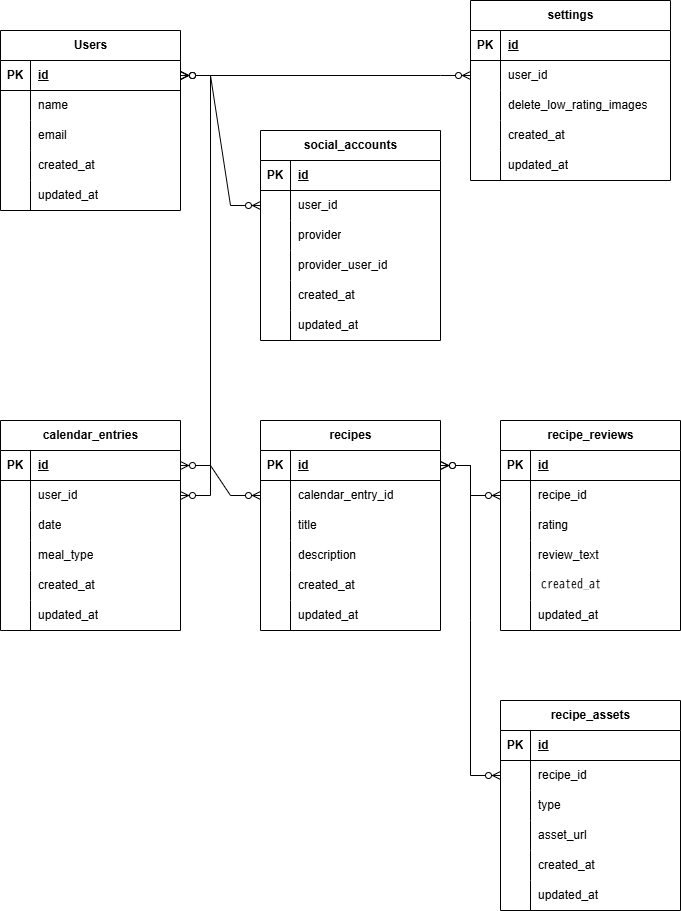
Above: docs/er-diagrams/レシピレビューアプリ_ER図.drawio.png in tomomaru034/recipe_review_app (draw.io), before the change. Source tidied: cells renumbered, new cells last; positions are measured from the earlier drawing's top-left corner, leaving out a move shared by most shapes.
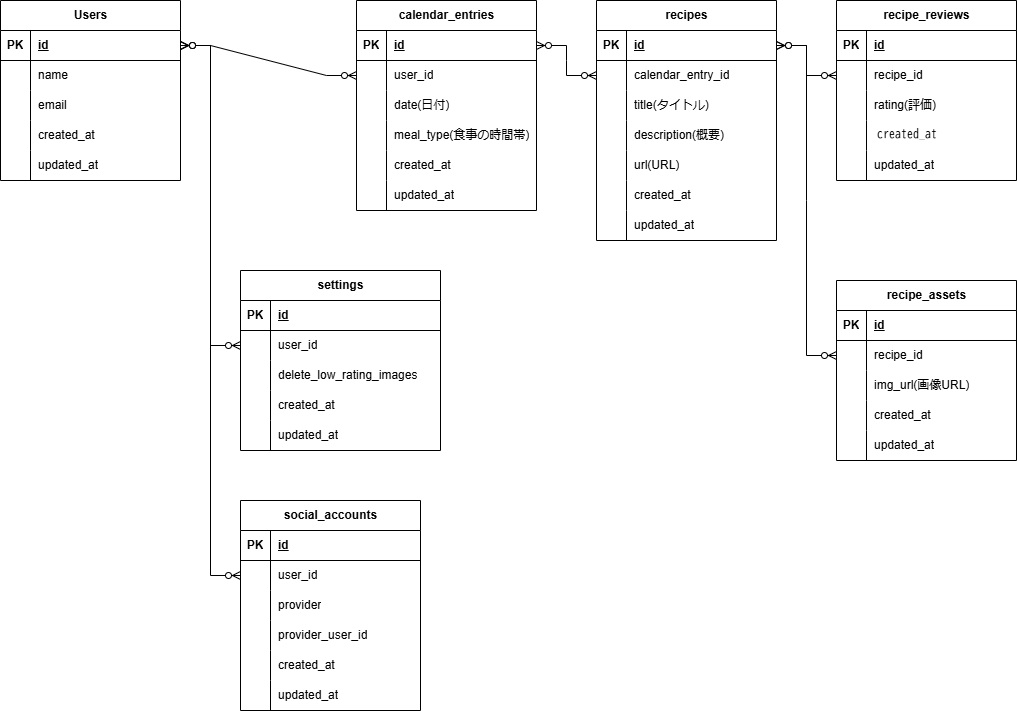
The same file after the commit.

Commit message:
レシピレビューアプリ_ER図.drawio.png を追加しました。

What changed in the source:
```diff
@@ -51,7 +51,7 @@
       <mxGeometry x="30" width="150" height="30" as="geometry" />
     </mxCell>
     <mxCell id="18" value="social_accounts" style="shape=table;startSize=30;rowLines=0;fontStyle=1;align=center;html=1;" parent="1" vertex="1">
-      <mxGeometry x="260" y="130" width="180" height="210" as="geometry" />
+      <mxGeometry x="240" y="530" width="180" height="210" as="geometry" />
     </mxCell>
     <mxCell id="19" style="shape=tableRow;horizontal=0;startSize=0;swimlaneHead=0;swimlaneBody=0;fillColor=none;top=0;left=0;right=0;bottom=1;" parent="18" vertex="1">
       <mxGeometry y="30" width="180" height="30" as="geometry" />
@@ -108,7 +108,7 @@
       <mxGeometry x="30" width="150" height="30" as="geometry" />
     </mxCell>
     <mxCell id="37" value="calendar_entries" style="shape=table;startSize=30;rowLines=0;fontStyle=1;align=center;html=1;" parent="1" vertex="1">
-      <mxGeometry y="420" width="180" height="210" as="geometry" />
+      <mxGeometry x="356" y="30" width="180" height="210" as="geometry" />
     </mxCell>
     <mxCell id="38" style="shape=tableRow;horizontal=0;startSize=0;swimlaneHead=0;swimlaneBody=0;fillColor=none;points=[[0,0.5],[1,0.5]];portConstraint=eastwest;top=0;left=0;right=0;bottom=1;" parent="37" vertex="1">
       <mxGeometry y="30" width="180" height="30" as="geometry" />
@@ -134,7 +134,7 @@
     <mxCell id="45" style="shape=partialRectangle;fillColor=none;top=0;left=0;bottom=0;right=0;overflow=hidden;whiteSpace=wrap;html=1;" parent="44" vertex="1">
       <mxGeometry width="30" height="30" as="geometry" />
     </mxCell>
-    <mxCell id="46" value="date" style="shape=partialRectangle;fillColor=none;top=0;left=0;bottom=0;right=0;align=left;spacingLeft=6;overflow=hidden;whiteSpace=wrap;html=1;" parent="44" vertex="1">
+    <mxCell id="46" value="date(日付)" style="shape=partialRectangle;fillColor=none;top=0;left=0;bottom=0;right=0;align=left;spacingLeft=6;overflow=hidden;whiteSpace=wrap;html=1;" parent="44" vertex="1">
       <mxGeometry x="30" width="150" height="30" as="geometry" />
     </mxCell>
     <mxCell id="47" style="shape=tableRow;horizontal=0;startSize=0;swimlaneHead=0;swimlaneBody=0;fillColor=none;top=0;left=0;right=0;bottom=0;" parent="37" vertex="1">
@@ -143,7 +143,7 @@
     <mxCell id="48" style="shape=partialRectangle;fillColor=none;top=0;left=0;bottom=0;right=0;overflow=hidden;whiteSpace=wrap;html=1;" parent="47" vertex="1">
       <mxGeometry width="30" height="30" as="geometry" />
     </mxCell>
-    <mxCell id="49" value="meal_type" style="shape=partialRectangle;fillColor=none;top=0;left=0;bottom=0;right=0;align=left;spacingLeft=6;overflow=hidden;whiteSpace=wrap;html=1;" parent="47" vertex="1">
+    <mxCell id="49" value="meal_type(食事の時間帯)" style="shape=partialRectangle;fillColor=none;top=0;left=0;bottom=0;right=0;align=left;spacingLeft=6;overflow=hidden;whiteSpace=wrap;html=1;" parent="47" vertex="1">
       <mxGeometry x="30" width="150" height="30" as="geometry" />
     </mxCell>
     <mxCell id="50" style="shape=tableRow;horizontal=0;startSize=0;swimlaneHead=0;swimlaneBody=0;fillColor=none;top=0;left=0;right=0;bottom=0;" parent="37" vertex="1">
@@ -165,7 +165,7 @@
       <mxGeometry x="30" width="150" height="30" as="geometry" />
     </mxCell>
     <mxCell id="56" value="recipes" style="shape=table;startSize=30;rowLines=0;fontStyle=1;align=center;html=1;" parent="1" vertex="1">
-      <mxGeometry x="260" y="420" width="180" height="210" as="geometry" />
+      <mxGeometry x="596" y="30" width="180" height="240" as="geometry" />
     </mxCell>
     <mxCell id="57" style="shape=tableRow;horizontal=0;startSize=0;swimlaneHead=0;swimlaneBody=0;fillColor=none;points=[[0,0.5],[1,0.5]];portConstraint=eastwest;top=0;left=0;right=0;bottom=1;" parent="56" vertex="1">
       <mxGeometry y="30" width="180" height="30" as="geometry" />
@@ -191,7 +191,7 @@
     <mxCell id="64" style="shape=partialRectangle;fillColor=none;top=0;left=0;bottom=0;right=0;overflow=hidden;whiteSpace=wrap;html=1;" parent="63" vertex="1">
       <mxGeometry width="30" height="30" as="geometry" />
     </mxCell>
-    <mxCell id="65" value="title" style="shape=partialRectangle;fillColor=none;top=0;left=0;bottom=0;right=0;align=left;spacingLeft=6;overflow=hidden;whiteSpace=wrap;html=1;" parent="63" vertex="1">
+    <mxCell id="65" value="title(タイトル)" style="shape=partialRectangle;fillColor=none;top=0;left=0;bottom=0;right=0;align=left;spacingLeft=6;overflow=hidden;whiteSpace=wrap;html=1;" parent="63" vertex="1">
       <mxGeometry x="30" width="150" height="30" as="geometry" />
     </mxCell>
     <mxCell id="66" style="shape=tableRow;horizontal=0;startSize=0;swimlaneHead=0;swimlaneBody=0;fillColor=none;top=0;left=0;right=0;bottom=0;" parent="56" vertex="1">
@@ -200,11 +200,20 @@
     <mxCell id="67" style="shape=partialRectangle;fillColor=none;top=0;left=0;bottom=0;right=0;overflow=hidden;whiteSpace=wrap;html=1;" parent="66" vertex="1">
       <mxGeometry width="30" height="30" as="geometry" />
     </mxCell>
-    <mxCell id="68" value="description" style="shape=partialRectangle;fillColor=none;top=0;left=0;bottom=0;right=0;align=left;spacingLeft=6;overflow=hidden;whiteSpace=wrap;html=1;" parent="66" vertex="1">
+    <mxCell id="68" value="description(概要)" style="shape=partialRectangle;fillColor=none;top=0;left=0;bottom=0;right=0;align=left;spacingLeft=6;overflow=hidden;whiteSpace=wrap;html=1;" parent="66" vertex="1">
       <mxGeometry x="30" width="150" height="30" as="geometry" />
     </mxCell>
+    <mxCell id="135" style="shape=tableRow;horizontal=0;startSize=0;swimlaneHead=0;swimlaneBody=0;fillColor=none;top=0;left=0;right=0;bottom=0;" parent="56" vertex="1">
+      <mxGeometry y="150" width="180" height="30" as="geometry" />
+    </mxCell>
+    <mxCell id="136" style="shape=partialRectangle;fillColor=none;top=0;left=0;bottom=0;right=0;overflow=hidden;whiteSpace=wrap;html=1;" parent="135" vertex="1">
+      <mxGeometry width="30" height="30" as="geometry" />
+    </mxCell>
+    <mxCell id="137" value="url(URL)" style="shape=partialRectangle;fillColor=none;top=0;left=0;bottom=0;right=0;align=left;spacingLeft=6;overflow=hidden;whiteSpace=wrap;html=1;" parent="135" vertex="1">
+      <mxGeometry x="30" width="150" height="30" as="geometry" />
+    </mxCell>
     <mxCell id="69" style="shape=tableRow;horizontal=0;startSize=0;swimlaneHead=0;swimlaneBody=0;fillColor=none;top=0;left=0;right=0;bottom=0;" parent="56" vertex="1">
-      <mxGeometry y="150" width="180" height="30" as="geometry" />
+      <mxGeometry y="180" width="180" height="30" as="geometry" />
     </mxCell>
     <mxCell id="70" style="shape=partialRectangle;fillColor=none;top=0;left=0;bottom=0;right=0;overflow=hidden;whiteSpace=wrap;html=1;" parent="69" vertex="1">
       <mxGeometry width="30" height="30" as="geometry" />
@@ -213,7 +222,7 @@
       <mxGeometry x="30" width="150" height="30" as="geometry" />
     </mxCell>
     <mxCell id="72" style="shape=tableRow;horizontal=0;startSize=0;swimlaneHead=0;swimlaneBody=0;fillColor=none;top=0;left=0;right=0;bottom=0;" parent="56" vertex="1">
-      <mxGeometry y="180" width="180" height="30" as="geometry" />
+      <mxGeometry y="210" width="180" height="30" as="geometry" />
     </mxCell>
     <mxCell id="73" style="shape=partialRectangle;fillColor=none;top=0;left=0;bottom=0;right=0;overflow=hidden;whiteSpace=wrap;html=1;" parent="72" vertex="1">
       <mxGeometry width="30" height="30" as="geometry" />
@@ -222,7 +231,7 @@
       <mxGeometry x="30" width="150" height="30" as="geometry" />
     </mxCell>
     <mxCell id="75" value="recipe_reviews" style="shape=table;startSize=30;rowLines=0;fontStyle=1;align=center;html=1;" parent="1" vertex="1">
-      <mxGeometry x="500" y="420" width="180" height="210" as="geometry" />
+      <mxGeometry x="836" y="30" width="180" height="180" as="geometry" />
     </mxCell>
     <mxCell id="76" style="shape=tableRow;horizontal=0;startSize=0;swimlaneHead=0;swimlaneBody=0;fillColor=none;top=0;left=0;right=0;bottom=1;" parent="75" vertex="1">
       <mxGeometry y="30" width="180" height="30" as="geometry" />
@@ -248,20 +257,11 @@
     <mxCell id="83" style="shape=partialRectangle;fillColor=none;top=0;left=0;bottom=0;right=0;overflow=hidden;whiteSpace=wrap;html=1;" parent="82" vertex="1">
       <mxGeometry width="30" height="30" as="geometry" />
     </mxCell>
-    <mxCell id="84" value="rating" style="shape=partialRectangle;fillColor=none;top=0;left=0;bottom=0;right=0;align=left;spacingLeft=6;overflow=hidden;whiteSpace=wrap;html=1;" parent="82" vertex="1">
+    <mxCell id="84" value="rating(評価)" style="shape=partialRectangle;fillColor=none;top=0;left=0;bottom=0;right=0;align=left;spacingLeft=6;overflow=hidden;whiteSpace=wrap;html=1;" parent="82" vertex="1">
       <mxGeometry x="30" width="150" height="30" as="geometry" />
     </mxCell>
-    <mxCell id="85" style="shape=tableRow;horizontal=0;startSize=0;swimlaneHead=0;swimlaneBody=0;fillColor=none;top=0;left=0;right=0;bottom=0;" parent="75" vertex="1">
-      <mxGeometry y="120" width="180" height="30" as="geometry" />
-    </mxCell>
-    <mxCell id="86" style="shape=partialRectangle;fillColor=none;top=0;left=0;bottom=0;right=0;overflow=hidden;whiteSpace=wrap;html=1;" parent="85" vertex="1">
-      <mxGeometry width="30" height="30" as="geometry" />
-    </mxCell>
-    <mxCell id="87" value="review_text" style="shape=partialRectangle;fillColor=none;top=0;left=0;bottom=0;right=0;align=left;spacingLeft=6;overflow=hidden;whiteSpace=wrap;html=1;" parent="85" vertex="1">
-      <mxGeometry x="30" width="150" height="30" as="geometry" />
-    </mxCell>
     <mxCell id="88" style="shape=tableRow;horizontal=0;startSize=0;swimlaneHead=0;swimlaneBody=0;fillColor=none;top=0;left=0;right=0;bottom=0;" parent="75" vertex="1">
-      <mxGeometry y="150" width="180" height="30" as="geometry" />
+      <mxGeometry y="120" width="180" height="30" as="geometry" />
     </mxCell>
     <mxCell id="89" style="shape=partialRectangle;fillColor=none;top=0;left=0;bottom=0;right=0;overflow=hidden;whiteSpace=wrap;html=1;" parent="88" vertex="1">
       <mxGeometry width="30" height="30" as="geometry" />
@@ -270,7 +270,7 @@
       <mxGeometry x="30" width="150" height="30" as="geometry" />
     </mxCell>
     <mxCell id="91" style="shape=tableRow;horizontal=0;startSize=0;swimlaneHead=0;swimlaneBody=0;fillColor=none;top=0;left=0;right=0;bottom=0;" parent="75" vertex="1">
-      <mxGeometry y="180" width="180" height="30" as="geometry" />
+      <mxGeometry y="150" width="180" height="30" as="geometry" />
     </mxCell>
     <mxCell id="92" style="shape=partialRectangle;fillColor=none;top=0;left=0;bottom=0;right=0;overflow=hidden;whiteSpace=wrap;html=1;" parent="91" vertex="1">
       <mxGeometry width="30" height="30" as="geometry" />
@@ -279,7 +279,7 @@
       <mxGeometry x="30" width="150" height="30" as="geometry" />
     </mxCell>
     <mxCell id="94" value="recipe_assets" style="shape=table;startSize=30;rowLines=0;fontStyle=1;align=center;html=1;" parent="1" vertex="1">
-      <mxGeometry x="500" y="700" width="180" height="210" as="geometry" />
+      <mxGeometry x="836" y="310" width="180" height="180" as="geometry" />
     </mxCell>
     <mxCell id="95" style="shape=tableRow;horizontal=0;startSize=0;swimlaneHead=0;swimlaneBody=0;fillColor=none;top=0;left=0;right=0;bottom=1;" parent="94" vertex="1">
       <mxGeometry y="30" width="180" height="30" as="geometry" />
@@ -299,26 +299,17 @@
     <mxCell id="100" value="recipe_id" style="shape=partialRectangle;fillColor=none;top=0;left=0;bottom=0;right=0;align=left;spacingLeft=6;overflow=hidden;whiteSpace=wrap;html=1;" parent="98" vertex="1">
       <mxGeometry x="30" width="150" height="30" as="geometry" />
     </mxCell>
-    <mxCell id="101" style="shape=tableRow;horizontal=0;startSize=0;swimlaneHead=0;swimlaneBody=0;fillColor=none;top=0;left=0;right=0;bottom=0;" parent="94" vertex="1">
-      <mxGeometry y="90" width="180" height="30" as="geometry" />
-    </mxCell>
-    <mxCell id="102" style="shape=partialRectangle;fillColor=none;top=0;left=0;bottom=0;right=0;overflow=hidden;whiteSpace=wrap;html=1;" parent="101" vertex="1">
-      <mxGeometry width="30" height="30" as="geometry" />
-    </mxCell>
-    <mxCell id="103" value="type" style="shape=partialRectangle;fillColor=none;top=0;left=0;bottom=0;right=0;align=left;spacingLeft=6;overflow=hidden;whiteSpace=wrap;html=1;" parent="101" vertex="1">
-      <mxGeometry x="30" width="150" height="30" as="geometry" />
-    </mxCell>
     <mxCell id="104" style="shape=tableRow;horizontal=0;startSize=0;swimlaneHead=0;swimlaneBody=0;fillColor=none;top=0;left=0;right=0;bottom=0;" parent="94" vertex="1">
-      <mxGeometry y="120" width="180" height="30" as="geometry" />
+      <mxGeometry y="90" width="180" height="30" as="geometry" />
     </mxCell>
     <mxCell id="105" style="shape=partialRectangle;fillColor=none;top=0;left=0;bottom=0;right=0;overflow=hidden;whiteSpace=wrap;html=1;" parent="104" vertex="1">
       <mxGeometry width="30" height="30" as="geometry" />
     </mxCell>
-    <mxCell id="106" value="asset_url" style="shape=partialRectangle;fillColor=none;top=0;left=0;bottom=0;right=0;align=left;spacingLeft=6;overflow=hidden;whiteSpace=wrap;html=1;" parent="104" vertex="1">
+    <mxCell id="106" value="img_url(画像URL)" style="shape=partialRectangle;fillColor=none;top=0;left=0;bottom=0;right=0;align=left;spacingLeft=6;overflow=hidden;whiteSpace=wrap;html=1;" parent="104" vertex="1">
       <mxGeometry x="30" width="150" height="30" as="geometry" />
     </mxCell>
     <mxCell id="107" style="shape=tableRow;horizontal=0;startSize=0;swimlaneHead=0;swimlaneBody=0;fillColor=none;top=0;left=0;right=0;bottom=0;" parent="94" vertex="1">
-      <mxGeometry y="150" width="180" height="30" as="geometry" />
+      <mxGeometry y="120" width="180" height="30" as="geometry" />
     </mxCell>
     <mxCell id="108" style="shape=partialRectangle;fillColor=none;top=0;left=0;bottom=0;right=0;overflow=hidden;whiteSpace=wrap;html=1;" parent="107" vertex="1">
       <mxGeometry width="30" height="30" as="geometry" />
@@ -327,7 +318,7 @@
       <mxGeometry x="30" width="150" height="30" as="geometry" />
     </mxCell>
     <mxCell id="110" style="shape=tableRow;horizontal=0;startSize=0;swimlaneHead=0;swimlaneBody=0;fillColor=none;top=0;left=0;right=0;bottom=0;" parent="94" vertex="1">
-      <mxGeometry y="180" width="180" height="30" as="geometry" />
+      <mxGeometry y="150" width="180" height="30" as="geometry" />
     </mxCell>
     <mxCell id="111" style="shape=partialRectangle;fillColor=none;top=0;left=0;bottom=0;right=0;overflow=hidden;whiteSpace=wrap;html=1;" parent="110" vertex="1">
       <mxGeometry width="30" height="30" as="geometry" />
@@ -336,7 +327,7 @@
       <mxGeometry x="30" width="150" height="30" as="geometry" />
     </mxCell>
     <mxCell id="113" value="settings" style="shape=table;startSize=30;rowLines=0;fontStyle=1;align=center;html=1;" parent="1" vertex="1">
-      <mxGeometry x="470" width="200" height="180" as="geometry" />
+      <mxGeometry x="240" y="300" width="200" height="180" as="geometry" />
     </mxCell>
     <mxCell id="114" style="shape=tableRow;horizontal=0;startSize=0;swimlaneHead=0;swimlaneBody=0;fillColor=none;top=0;left=0;right=0;bottom=1;" parent="113" vertex="1">
       <mxGeometry y="30" width="200" height="30" as="geometry" />
@@ -384,7 +375,12 @@
       <mxGeometry x="30" width="170" height="30" as="geometry" />
     </mxCell>
     <mxCell id="129" style="edgeStyle=entityRelationEdgeStyle;fontSize=12;html=1;endArrow=ERzeroToMany;endFill=1;startArrow=ERzeroToMany;rounded=0;entryX=0;entryY=0.5;entryDx=0;entryDy=0;exitX=1;exitY=0.5;exitDx=0;exitDy=0;" parent="1" edge="1" source="3" target="22">
-      <mxGeometry relative="1" as="geometry" />
+      <mxGeometry relative="1" as="geometry">
+        <Array as="points">
+          <mxPoint x="180" y="230" />
+          <mxPoint x="170" y="220" />
+        </Array>
+      </mxGeometry>
     </mxCell>
     <mxCell id="130" style="edgeStyle=entityRelationEdgeStyle;fontSize=12;html=1;endArrow=ERzeroToMany;endFill=1;startArrow=ERzeroToMany;rounded=0;entryX=0;entryY=0.5;entryDx=0;entryDy=0;exitX=1;exitY=0.5;exitDx=0;exitDy=0;" parent="1" edge="1" source="3" target="117">
       <mxGeometry relative="1" as="geometry">
@@ -399,7 +395,7 @@
         </Array>
       </mxGeometry>
     </mxCell>
-    <mxCell id="131" style="edgeStyle=entityRelationEdgeStyle;fontSize=12;html=1;endArrow=ERzeroToMany;endFill=1;startArrow=ERzeroToMany;rounded=0;entryDx=0;entryDy=0;exitDx=0;exitDy=0;entryX=1;entryY=0.5;exitX=1;exitY=0.5;" parent="1" edge="1" source="41" target="3">
+    <mxCell id="131" style="edgeStyle=entityRelationEdgeStyle;fontSize=12;html=1;endArrow=ERzeroToMany;endFill=1;startArrow=ERzeroToMany;rounded=0;entryDx=0;entryDy=0;exitDx=0;exitDy=0;entryX=1;entryY=0.5;exitX=0;exitY=0.5;" parent="1" edge="1" source="41" target="3">
       <mxGeometry relative="1" as="geometry" />
     </mxCell>
     <mxCell id="132" style="edgeStyle=entityRelationEdgeStyle;fontSize=12;html=1;endArrow=ERzeroToMany;endFill=1;startArrow=ERzeroToMany;rounded=0;exitX=1;exitY=0.5;exitDx=0;exitDy=0;entryX=0;entryY=0.5;entryDx=0;entryDy=0;" parent="1" edge="1" source="38" target="60">
@@ -412,10 +408,8 @@
     <mxCell id="133" style="edgeStyle=entityRelationEdgeStyle;fontSize=12;html=1;endArrow=ERzeroToMany;endFill=1;startArrow=ERzeroToMany;rounded=0;exitX=1;exitY=0.5;exitDx=0;exitDy=0;entryX=0;entryY=0.5;entryDx=0;entryDy=0;" parent="1" edge="1" source="57" target="79">
       <mxGeometry relative="1" as="geometry" />
     </mxCell>
-    <mxCell id="134" style="edgeStyle=entityRelationEdgeStyle;fontSize=12;html=1;endArrow=ERzeroToMany;endFill=1;startArrow=ERzeroToMany;rounded=0;entryX=0;entryY=0.5;entryDx=0;entryDy=0;" parent="1" edge="1" target="98">
-      <mxGeometry relative="1" as="geometry">
-        <mxPoint x="440" y="465" as="sourcePoint" />
-      </mxGeometry>
+    <mxCell id="134" style="edgeStyle=entityRelationEdgeStyle;fontSize=12;html=1;endArrow=ERzeroToMany;endFill=1;startArrow=ERzeroToMany;rounded=0;entryX=0;entryY=0.5;entryDx=0;entryDy=0;exitX=1;exitY=0.5;exitDx=0;exitDy=0;" parent="1" edge="1" source="57" target="98">
+      <mxGeometry relative="1" as="geometry" />
     </mxCell>
   </root>
 </mxGraphModel>
```
